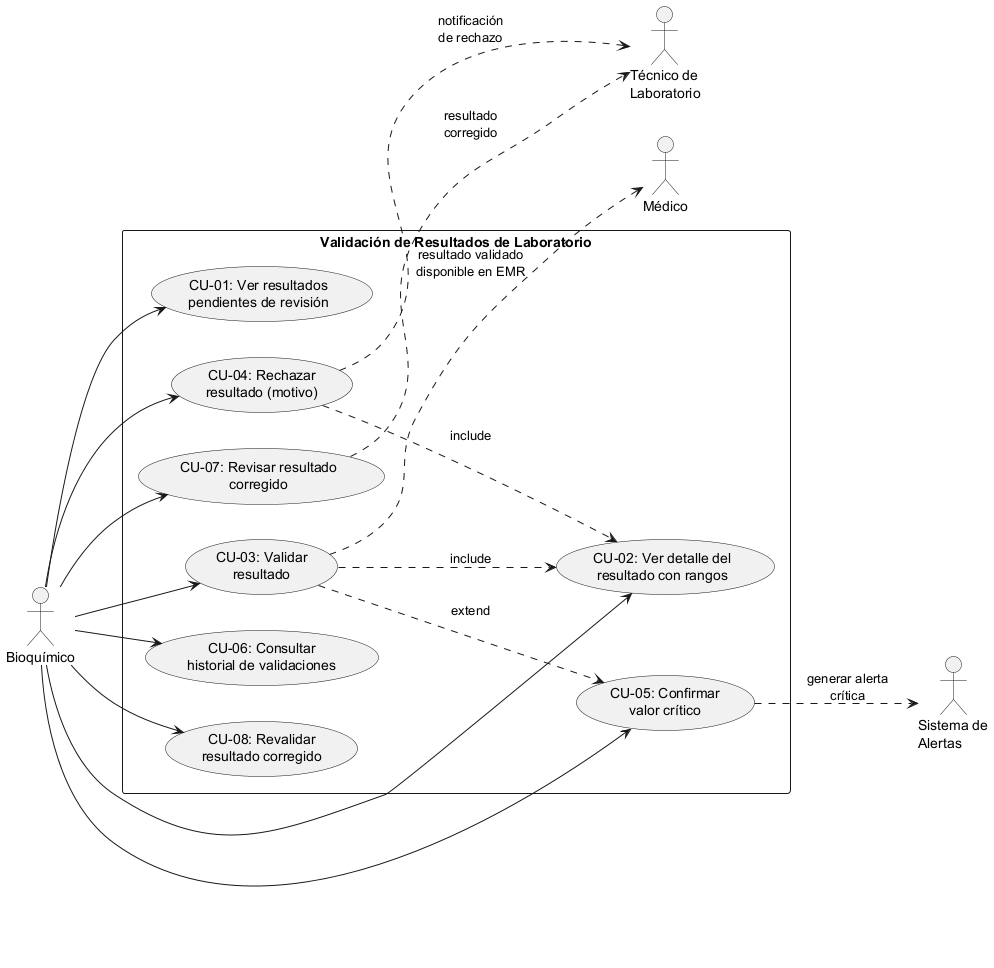
gioore/asii20-microhis-validacion-bioquimico-tareas keeps this PlantUML diagram as tarea1-uml/casos-de-uso.png. Above is the earlier version.
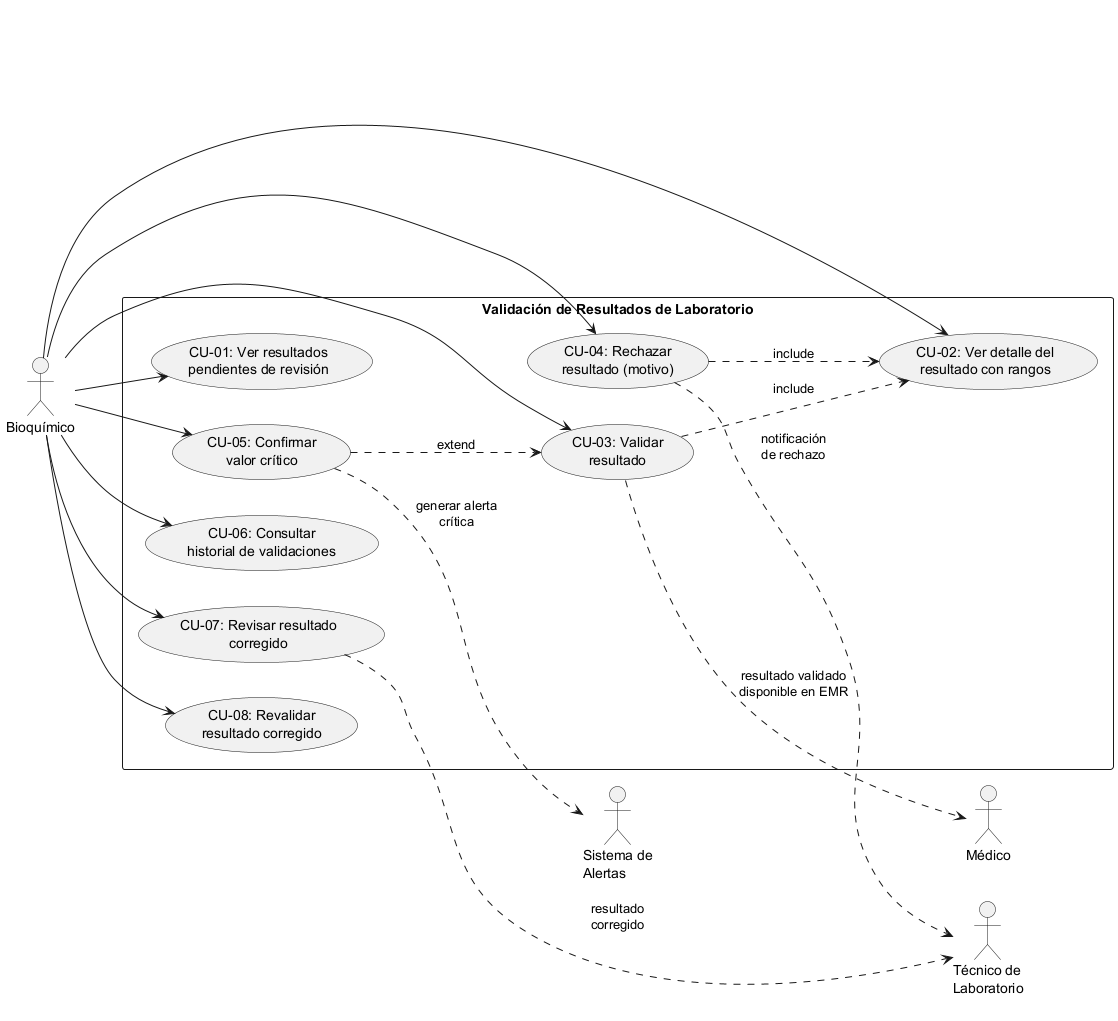
Above is the later version.

Commit message:
tarea1: fix extend direction and actor relations in use case diagram (review)

Change to the diagram source:
```diff
@@ -29,7 +29,7 @@
 
 UC03 ..> UC02 : include
 UC04 ..> UC02 : include
-UC03 ..> UC05 : extend
+UC05 ..> UC03 : extend
 
 UC03 ..> med : resultado validado\ndisponible en EMR
 UC04 ..> tec : notificación\nde rechazo
```
